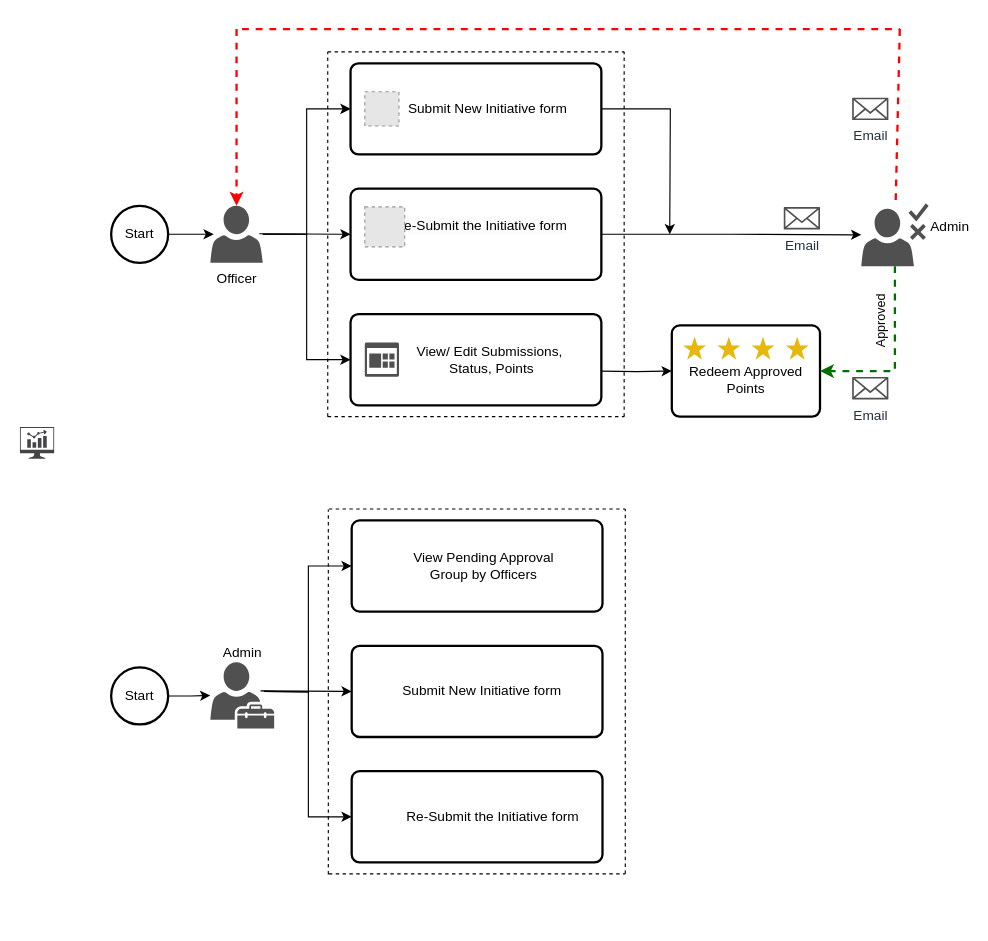
Earlier version of the draw.io diagram Untitled Diagram.drawio (ganeshglitz/drawio). Source tidied: cells renumbered, new cells numbered last; positions are measured from the earlier drawing's top-left corner, leaving out a move shared by most shapes. Both pictures are drawn from the tidied source at 114%, with x=0, y=0 at pixel (19, 28). Pictures stored in the file or linked from it are replaced by grey dashed boxes.
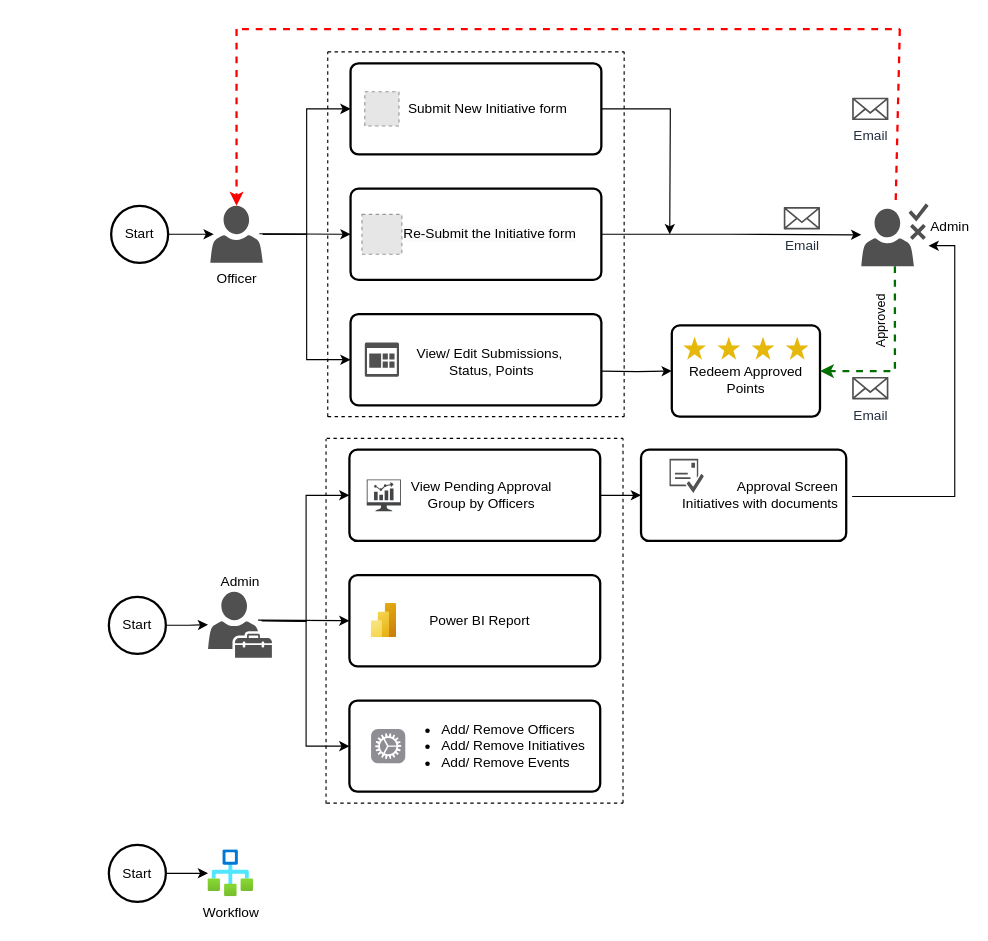
After the change.

Unchanged cells that the change refers to:
```xml
<mxCell id="20" value="Admin&lt;div&gt;&lt;br&gt;&lt;/div&gt;" style="sketch=0;shadow=0;dashed=0;html=1;strokeColor=none;fillColor=#505050;labelPosition=right;verticalLabelPosition=middle;verticalAlign=middle;outlineConnect=0;align=left;shape=mxgraph.office.users.approver;" parent="1" vertex="1">
  <mxGeometry x="738" y="153" width="59" height="55" as="geometry" />
</mxCell>
```

Diff of the diagram source:
```diff
@@
-    <mxCell id="5" value="&#10;&lt;span style=&quot;color: rgb(0, 0, 0); font-family: Helvetica; font-size: 12px; font-style: normal; font-variant-ligatures: normal; font-variant-caps: normal; font-weight: 400; letter-spacing: normal; orphans: 2; text-align: center; text-indent: 0px; text-transform: none; widows: 2; word-spacing: 0px; -webkit-text-stroke-width: 0px; white-space: normal; background-color: rgb(251, 251, 251); text-decoration-thickness: initial; text-decoration-style: initial; text-decoration-color: initial; display: inline !important; float: none;&quot;&gt;Re-Submit the Initiative form&lt;/span&gt;&#10;&#10;" style="rounded=1;whiteSpace=wrap;html=1;absoluteArcSize=1;arcSize=14;strokeWidth=2;spacingTop=0;spacingLeft=9;" parent="1" vertex="1">
+    <mxCell id="5" value="&#10;&lt;span style=&quot;color: rgb(0, 0, 0); font-family: Helvetica; font-size: 12px; font-style: normal; font-variant-ligatures: normal; font-variant-caps: normal; font-weight: 400; letter-spacing: normal; orphans: 2; text-align: center; text-indent: 0px; text-transform: none; widows: 2; word-spacing: 0px; -webkit-text-stroke-width: 0px; white-space: normal; background-color: rgb(251, 251, 251); text-decoration-thickness: initial; text-decoration-style: initial; text-decoration-color: initial; display: inline !important; float: none;&quot;&gt;Re-Submit the Initiative form&lt;/span&gt;&#10;&#10;" style="rounded=1;whiteSpace=wrap;html=1;absoluteArcSize=1;arcSize=14;strokeWidth=2;spacingTop=13;spacingLeft=25;" parent="1" vertex="1">
       <mxGeometry x="290" y="140" width="220" height="80" as="geometry" />
     </mxCell>
@@
-    <mxCell id="7" value="View/ Edit Submissions,&amp;nbsp;&lt;br&gt;&lt;span style=&quot;background-color: initial;&quot;&gt;Status, Points&lt;/span&gt;" style="rounded=1;whiteSpace=wrap;html=1;absoluteArcSize=1;arcSize=14;strokeWidth=2;align=center;spacingLeft=28;" parent="1" vertex="1">
+    <mxCell id="7" value="View/ Edit Submissions,&amp;nbsp;&lt;br&gt;&lt;span style=&quot;background-color: initial;&quot;&gt;Status, Points&lt;/span&gt;" style="rounded=1;whiteSpace=wrap;html=1;absoluteArcSize=1;arcSize=14;strokeWidth=2;align=center;spacingLeft=28;spacingTop=4;" parent="1" vertex="1">
       <mxGeometry x="290" y="250" width="220" height="80" as="geometry" />
     </mxCell>
@@
     <mxCell id="27" value="Start" style="strokeWidth=2;html=1;shape=mxgraph.flowchart.start_2;whiteSpace=wrap;" parent="1" vertex="1">
-      <mxGeometry x="80" y="560" width="50" height="50" as="geometry" />
+      <mxGeometry x="78" y="498" width="50" height="50" as="geometry" />
     </mxCell>
     <mxCell id="28" value="Admin" style="sketch=0;shadow=0;dashed=0;html=1;strokeColor=none;fillColor=#505050;labelPosition=center;verticalLabelPosition=top;verticalAlign=bottom;outlineConnect=0;align=center;shape=mxgraph.office.users.tenant_admin;" parent="1" vertex="1">
-      <mxGeometry x="167" y="555.5" width="56" height="58" as="geometry" />
+      <mxGeometry x="165" y="493.5" width="56" height="58" as="geometry" />
     </mxCell>
@@
-    <mxCell id="33" style="sketch=0;shadow=0;dashed=0;html=1;strokeColor=none;fillColor=#434445;labelPosition=center;verticalLabelPosition=bottom;verticalAlign=top;align=center;shape=mxgraph.vvd.nsx_dashboard;" parent="1" vertex="1">
-      <mxGeometry y="349.1" width="30" height="27.9" as="geometry" />
-    </mxCell>
@@
-    <mxCell id="35" value="Submit New Initiative form" style="rounded=1;whiteSpace=wrap;html=1;absoluteArcSize=1;arcSize=14;strokeWidth=2;spacingTop=0;spacingLeft=9;" parent="1" vertex="1">
-      <mxGeometry x="291" y="541" width="220" height="80" as="geometry" />
+    <mxCell id="35" value="Power BI Report" style="rounded=1;whiteSpace=wrap;html=1;absoluteArcSize=1;arcSize=14;strokeWidth=2;spacingTop=0;spacingLeft=9;" parent="1" vertex="1">
+      <mxGeometry x="289" y="479" width="220" height="80" as="geometry" />
     </mxCell>
-    <mxCell id="36" value="Re-Submit the Initiative form" style="rounded=1;whiteSpace=wrap;html=1;absoluteArcSize=1;arcSize=14;strokeWidth=2;align=center;spacingLeft=28;" parent="1" vertex="1">
-      <mxGeometry x="291" y="651" width="220" height="80" as="geometry" />
+    <mxCell id="36" value="&lt;ul&gt;&lt;li style=&quot;text-align: left;&quot;&gt;Add/ Remove Officers&lt;/li&gt;&lt;li style=&quot;text-align: left;&quot;&gt;Add/ Remove Initiatives&lt;/li&gt;&lt;li style=&quot;text-align: left;&quot;&gt;Add/ Remove Events&lt;/li&gt;&lt;/ul&gt;" style="rounded=1;whiteSpace=wrap;html=1;absoluteArcSize=1;arcSize=14;strokeWidth=2;align=center;spacingLeft=28;" parent="1" vertex="1">
+      <mxGeometry x="289" y="589" width="220" height="80" as="geometry" />
     </mxCell>
     <mxCell id="37" style="endArrow=none;dashed=1;html=1;rounded=0;fillColor=#f8cecc;strokeColor=#000000;" parent="1" edge="1">
       <mxGeometry relative="1" as="geometry">
-        <mxPoint x="531" y="741" as="sourcePoint" />
-        <mxPoint x="531" y="421" as="targetPoint" />
+        <mxPoint x="529" y="679" as="sourcePoint" />
+        <mxPoint x="529" y="359" as="targetPoint" />
         <Array as="points">
-          <mxPoint x="531" y="581" />
+          <mxPoint x="529" y="519" />
         </Array>
       </mxGeometry>
     </mxCell>
     <mxCell id="38" style="endArrow=none;dashed=1;html=1;rounded=0;fillColor=#f8cecc;strokeColor=#000000;" parent="1" edge="1">
       <mxGeometry relative="1" as="geometry">
-        <mxPoint x="271" y="741" as="sourcePoint" />
-        <mxPoint x="531" y="741" as="targetPoint" />
+        <mxPoint x="269" y="679" as="sourcePoint" />
+        <mxPoint x="529" y="679" as="targetPoint" />
       </mxGeometry>
     </mxCell>
     <mxCell id="39" style="endArrow=none;dashed=1;html=1;rounded=0;fillColor=#f8cecc;strokeColor=#000000;" parent="1" edge="1">
       <mxGeometry relative="1" as="geometry">
-        <mxPoint x="271" y="421" as="sourcePoint" />
-        <mxPoint x="531" y="421" as="targetPoint" />
+        <mxPoint x="269" y="359" as="sourcePoint" />
+        <mxPoint x="529" y="359" as="targetPoint" />
       </mxGeometry>
     </mxCell>
+    <mxCell id="48" style="edgeStyle=orthogonalEdgeStyle;rounded=0;jettySize=auto;html=1;" parent="1" edge="1" source="40" target="50">
+      <mxGeometry relative="1" as="geometry" />
+    </mxCell>
     <mxCell id="40" value="View Pending Approval&lt;div&gt;Group by Officers&lt;/div&gt;" style="rounded=1;whiteSpace=wrap;html=1;absoluteArcSize=1;arcSize=14;strokeWidth=2;spacingLeft=12;" parent="1" vertex="1">
-      <mxGeometry x="291" y="431" width="220" height="80" as="geometry" />
+      <mxGeometry x="289" y="369" width="220" height="80" as="geometry" />
     </mxCell>
     <mxCell id="41" style="endArrow=classic;html=1;rounded=0;entryX=0;entryY=0.5;entryDx=0;entryDy=0;" parent="1" edge="1" target="35">
       <mxGeometry relative="1" as="geometry">
-        <mxPoint x="211" y="580.5" as="sourcePoint" />
+        <mxPoint x="209" y="518.5" as="sourcePoint" />
       </mxGeometry>
     </mxCell>
     <mxCell id="42" style="edgeStyle=orthogonalEdgeStyle;rounded=0;jettySize=auto;html=1;entryX=0;entryY=0.5;entryDx=0;entryDy=0;" parent="1" edge="1" target="36">
       <mxGeometry relative="1" as="geometry">
-        <mxPoint x="214" y="581" as="sourcePoint" />
+        <mxPoint x="212" y="519" as="sourcePoint" />
       </mxGeometry>
     </mxCell>
     <mxCell id="43" style="edgeStyle=orthogonalEdgeStyle;rounded=0;jettySize=auto;html=1;entryX=0;entryY=0.5;entryDx=0;entryDy=0;" parent="1" edge="1" target="40">
       <mxGeometry relative="1" as="geometry">
-        <mxPoint x="214" y="581" as="sourcePoint" />
+        <mxPoint x="212" y="519" as="sourcePoint" />
       </mxGeometry>
     </mxCell>
     <mxCell id="44" style="endArrow=none;dashed=1;html=1;rounded=0;fillColor=#f8cecc;strokeColor=#000000;" parent="1" edge="1">
       <mxGeometry relative="1" as="geometry">
-        <mxPoint x="270.5" y="741.5" as="sourcePoint" />
-        <mxPoint x="270.5" y="421.5" as="targetPoint" />
+        <mxPoint x="268.5" y="679.5" as="sourcePoint" />
+        <mxPoint x="268.5" y="359.5" as="targetPoint" />
       </mxGeometry>
     </mxCell>
     <mxCell id="45" style="fillColor=#E6E6E6;strokeColor=#999999;dashed=1;html=1;verticalAlign=top;verticalLabelPosition=bottom;labelBackgroundColor=#ffffff;" parent="1" vertex="1">
-      <mxGeometry x="302.5" y="156" width="35" height="35" as="geometry" />
+      <mxGeometry x="300" y="162.5" width="35" height="35" as="geometry" />
     </mxCell>
@@
+    <mxCell id="49" style="edgeStyle=orthogonalEdgeStyle;rounded=0;jettySize=auto;html=1;" parent="1" edge="1" target="20">
+      <mxGeometry relative="1" as="geometry">
+        <mxPoint x="730" y="410" as="sourcePoint" />
+        <Array as="points">
+          <mxPoint x="820" y="410" />
+          <mxPoint x="820" y="190" />
+        </Array>
+      </mxGeometry>
+    </mxCell>
+    <mxCell id="50" value="Approval Screen&lt;div&gt;Initiatives with documents&lt;/div&gt;" style="rounded=1;whiteSpace=wrap;html=1;absoluteArcSize=1;arcSize=14;strokeWidth=2;spacingTop=0;spacingLeft=0;align=right;spacingRight=5;" parent="1" vertex="1">
+      <mxGeometry x="544.8" y="369" width="180" height="80" as="geometry" />
+    </mxCell>
+    <mxCell id="51" style="image;html=1;align=center;fontSize=12;image=img/lib/azure2/analytics/Power_BI_Embedded.svg;" parent="1" vertex="1">
+      <mxGeometry x="308" y="504" width="22.5" height="30" as="geometry" />
+    </mxCell>
+    <mxCell id="52" style="html=1;strokeWidth=1;shadow=0;dashed=0;shape=mxgraph.ios7.misc.settings;fillColor=#8F8E94;strokeColor=none;buttonText=;strokeColor2=#222222;fontColor=#222222;fontSize=8;verticalLabelPosition=bottom;verticalAlign=top;align=center;sketch=0;" parent="1" vertex="1">
+      <mxGeometry x="308" y="614" width="30" height="30" as="geometry" />
+    </mxCell>
+    <mxCell id="33" style="sketch=0;shadow=0;dashed=0;html=1;strokeColor=none;fillColor=#434445;labelPosition=center;verticalLabelPosition=bottom;verticalAlign=top;align=center;shape=mxgraph.vvd.nsx_dashboard;" parent="1" vertex="1">
+      <mxGeometry x="304.2" y="395.1" width="30" height="27.9" as="geometry" />
+    </mxCell>
+    <mxCell id="53" style="sketch=0;shadow=0;dashed=0;html=1;strokeColor=none;fillColor=#505050;labelPosition=center;verticalLabelPosition=bottom;verticalAlign=top;align=center;shape=mxgraph.office.concepts.email_approved;" parent="1" vertex="1">
+      <mxGeometry x="569.8" y="376.9" width="30" height="30" as="geometry" />
+    </mxCell>
+    <mxCell id="54" value="Workflow" style="image;html=1;points=[];align=center;fontSize=12;image=img/lib/azure2/general/Workflow.svg;" parent="1" vertex="1">
+      <mxGeometry x="165" y="720" width="40" height="41.2" as="geometry" />
+    </mxCell>
+    <mxCell id="55" style="edgeStyle=orthogonalEdgeStyle;rounded=0;jettySize=auto;html=1;" parent="1" edge="1" source="56" target="54">
+      <mxGeometry relative="1" as="geometry" />
+    </mxCell>
+    <mxCell id="56" value="Start" style="strokeWidth=2;html=1;shape=mxgraph.flowchart.start_2;whiteSpace=wrap;" parent="1" vertex="1">
+      <mxGeometry x="78" y="715.6" width="50" height="50" as="geometry" />
+    </mxCell>
```
